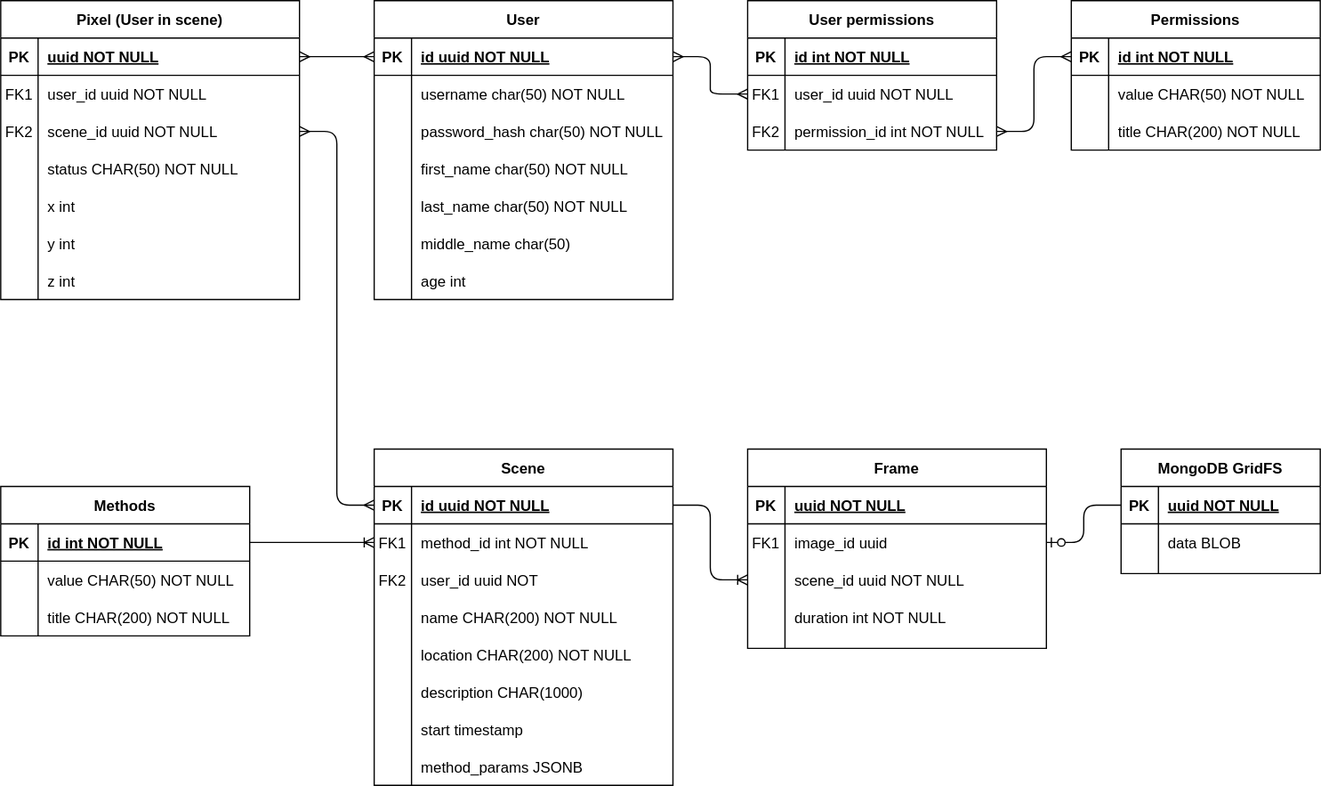
Earlier version of the draw.io export hw_1/entities.svg (astret-soft/otus-db). Source tidied: cells renumbered, new cells last; positions are measured from the earlier drawing's top-left corner, leaving out a move shared by most shapes.
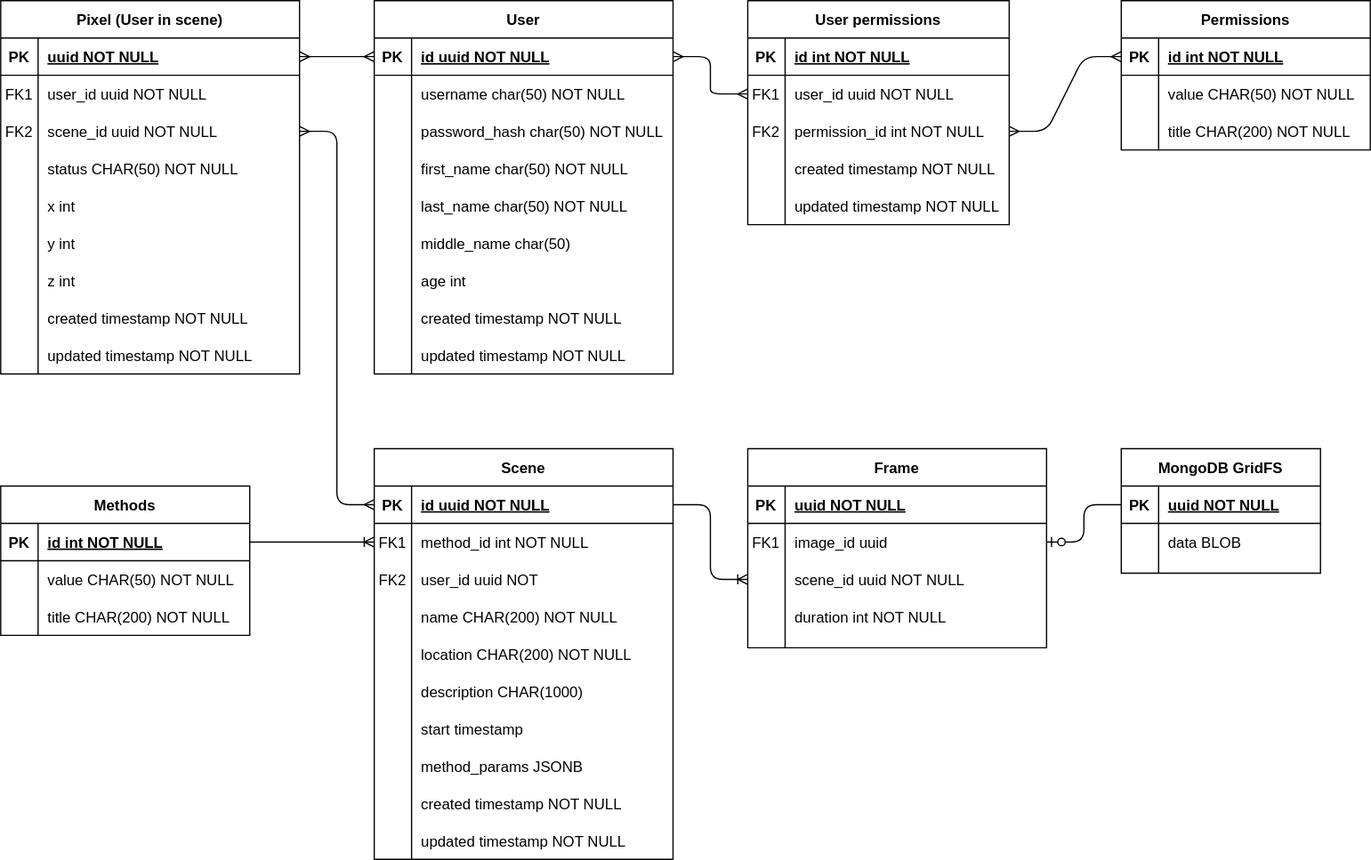
Later version of the same file.

Commit message:
По ПР добавил историю к моделям

Change to the diagram source:
```diff
@@ -3,7 +3,7 @@
     <mxCell id="0" />
     <mxCell id="1" parent="0" />
     <mxCell id="2" value="Permissions" style="shape=table;startSize=30;rowLines=0;fontStyle=1;align=center;" parent="1" vertex="1">
-      <mxGeometry x="860" width="200" height="120" as="geometry" />
+      <mxGeometry x="900" width="200" height="120" as="geometry" />
     </mxCell>
     <mxCell id="3" style="shape=partialRectangle;fillColor=none;points=[[0,0.5],[1,0.5]];portConstraint=eastwest;top=0;left=0;right=0;bottom=1;" parent="2" vertex="1">
       <mxGeometry y="30" width="200" height="30" as="geometry" />
@@ -63,7 +63,7 @@
       <mxGeometry x="30" width="170" height="30" as="geometry" />
     </mxCell>
     <mxCell id="22" value="User" style="shape=table;startSize=30;rowLines=0;fontStyle=1;align=center;" parent="1" vertex="1">
-      <mxGeometry x="300" width="240" height="240" as="geometry" />
+      <mxGeometry x="300" width="240" height="300" as="geometry" />
     </mxCell>
     <mxCell id="23" style="shape=partialRectangle;fillColor=none;points=[[0,0.5],[1,0.5]];portConstraint=eastwest;top=0;left=0;right=0;bottom=1;" parent="22" vertex="1">
       <mxGeometry y="30" width="240" height="30" as="geometry" />
@@ -128,38 +128,74 @@
     <mxCell id="43" value="age int" style="shape=partialRectangle;overflow=hidden;fillColor=none;top=0;left=0;bottom=0;right=0;align=left;spacingLeft=6;" parent="41" vertex="1">
       <mxGeometry x="30" width="210" height="30" as="geometry" />
     </mxCell>
+    <mxCell id="128" style="shape=partialRectangle;fillColor=none;top=0;left=0;right=0;bottom=0;" parent="22" vertex="1">
+      <mxGeometry y="240" width="240" height="30" as="geometry" />
+    </mxCell>
+    <mxCell id="129" style="shape=partialRectangle;overflow=hidden;fillColor=none;top=0;left=0;bottom=0;right=0;" parent="128" vertex="1">
+      <mxGeometry width="30" height="30" as="geometry" />
+    </mxCell>
+    <mxCell id="130" value="created timestamp NOT NULL" style="shape=partialRectangle;overflow=hidden;fillColor=none;top=0;left=0;bottom=0;right=0;align=left;spacingLeft=6;" parent="128" vertex="1">
+      <mxGeometry x="30" width="210" height="30" as="geometry" />
+    </mxCell>
+    <mxCell id="131" style="shape=partialRectangle;fillColor=none;top=0;left=0;right=0;bottom=0;" parent="22" vertex="1">
+      <mxGeometry y="270" width="240" height="30" as="geometry" />
+    </mxCell>
+    <mxCell id="132" style="shape=partialRectangle;overflow=hidden;fillColor=none;top=0;left=0;bottom=0;right=0;" parent="131" vertex="1">
+      <mxGeometry width="30" height="30" as="geometry" />
+    </mxCell>
+    <mxCell id="133" value="updated timestamp NOT NULL" style="shape=partialRectangle;overflow=hidden;fillColor=none;top=0;left=0;bottom=0;right=0;align=left;spacingLeft=6;" parent="131" vertex="1">
+      <mxGeometry x="30" width="210" height="30" as="geometry" />
+    </mxCell>
     <mxCell id="44" value="User permissions" style="shape=table;startSize=30;rowLines=0;fontStyle=1;align=center;" parent="1" vertex="1">
-      <mxGeometry x="600" width="200" height="120" as="geometry" />
+      <mxGeometry x="600" width="210" height="180" as="geometry" />
     </mxCell>
     <mxCell id="45" style="shape=partialRectangle;fillColor=none;top=0;left=0;bottom=1;right=0;" parent="44" vertex="1">
-      <mxGeometry y="30" width="200" height="30" as="geometry" />
+      <mxGeometry y="30" width="210" height="30" as="geometry" />
     </mxCell>
     <mxCell id="46" value="PK" style="shape=partialRectangle;fillColor=none;top=0;left=0;bottom=0;right=0;fontStyle=1;overflow=hidden;" parent="45" vertex="1">
       <mxGeometry width="30" height="30" as="geometry" />
     </mxCell>
     <mxCell id="47" value="id int NOT NULL" style="shape=partialRectangle;fillColor=none;top=0;left=0;bottom=0;right=0;align=left;spacingLeft=6;fontStyle=5;overflow=hidden;" parent="45" vertex="1">
-      <mxGeometry x="30" width="170" height="30" as="geometry" />
+      <mxGeometry x="30" width="180" height="30" as="geometry" />
     </mxCell>
     <mxCell id="48" style="shape=partialRectangle;fillColor=none;top=0;left=0;bottom=0;right=0;points=[[0,0.5],[1,0.5]];portConstraint=eastwest;" parent="44" vertex="1">
-      <mxGeometry y="60" width="200" height="30" as="geometry" />
+      <mxGeometry y="60" width="210" height="30" as="geometry" />
     </mxCell>
     <mxCell id="49" value="FK1" style="shape=partialRectangle;fillColor=none;top=0;left=0;bottom=0;right=0;overflow=hidden;" parent="48" vertex="1">
       <mxGeometry width="30" height="30" as="geometry" />
     </mxCell>
     <mxCell id="50" value="user_id uuid NOT NULL" style="shape=partialRectangle;fillColor=none;top=0;left=0;bottom=0;right=0;align=left;spacingLeft=6;overflow=hidden;" parent="48" vertex="1">
-      <mxGeometry x="30" width="170" height="30" as="geometry" />
+      <mxGeometry x="30" width="180" height="30" as="geometry" />
     </mxCell>
     <mxCell id="51" style="shape=partialRectangle;fillColor=none;top=0;left=0;bottom=0;right=0;points=[[0,0.5],[1,0.5]];portConstraint=eastwest;" parent="44" vertex="1">
-      <mxGeometry y="90" width="200" height="30" as="geometry" />
+      <mxGeometry y="90" width="210" height="30" as="geometry" />
     </mxCell>
     <mxCell id="52" value="FK2" style="shape=partialRectangle;fillColor=none;top=0;left=0;bottom=0;right=0;overflow=hidden;" parent="51" vertex="1">
       <mxGeometry width="30" height="30" as="geometry" />
     </mxCell>
     <mxCell id="53" value="permission_id int NOT NULL" style="shape=partialRectangle;fillColor=none;top=0;left=0;bottom=0;right=0;align=left;spacingLeft=6;overflow=hidden;" parent="51" vertex="1">
-      <mxGeometry x="30" width="170" height="30" as="geometry" />
+      <mxGeometry x="30" width="180" height="30" as="geometry" />
     </mxCell>
+    <mxCell id="134" style="shape=partialRectangle;fillColor=none;top=0;left=0;bottom=0;right=0;" parent="44" vertex="1">
+      <mxGeometry y="120" width="210" height="30" as="geometry" />
+    </mxCell>
+    <mxCell id="135" style="shape=partialRectangle;fillColor=none;top=0;left=0;bottom=0;right=0;overflow=hidden;" parent="134" vertex="1">
+      <mxGeometry width="30" height="30" as="geometry" />
+    </mxCell>
+    <mxCell id="136" value="created timestamp NOT NULL" style="shape=partialRectangle;fillColor=none;top=0;left=0;bottom=0;right=0;align=left;spacingLeft=6;overflow=hidden;" parent="134" vertex="1">
+      <mxGeometry x="30" width="180" height="30" as="geometry" />
+    </mxCell>
+    <mxCell id="137" style="shape=partialRectangle;fillColor=none;top=0;left=0;bottom=0;right=0;" parent="44" vertex="1">
+      <mxGeometry y="150" width="210" height="30" as="geometry" />
+    </mxCell>
+    <mxCell id="138" style="shape=partialRectangle;fillColor=none;top=0;left=0;bottom=0;right=0;overflow=hidden;" parent="137" vertex="1">
+      <mxGeometry width="30" height="30" as="geometry" />
+    </mxCell>
+    <mxCell id="139" value="updated timestamp NOT NULL" style="shape=partialRectangle;fillColor=none;top=0;left=0;bottom=0;right=0;align=left;spacingLeft=6;overflow=hidden;" parent="137" vertex="1">
+      <mxGeometry x="30" width="180" height="30" as="geometry" />
+    </mxCell>
     <mxCell id="54" value="Scene" style="shape=table;startSize=30;rowLines=0;fontStyle=1;align=center;" parent="1" vertex="1">
-      <mxGeometry x="300" y="360" width="240" height="270" as="geometry" />
+      <mxGeometry x="300" y="360" width="240" height="330" as="geometry" />
     </mxCell>
     <mxCell id="55" style="shape=partialRectangle;fillColor=none;points=[[0,0.5],[1,0.5]];portConstraint=eastwest;top=0;left=0;right=0;bottom=1;" parent="54" vertex="1">
       <mxGeometry y="30" width="240" height="30" as="geometry" />
@@ -233,6 +269,24 @@
     <mxCell id="78" value="method_params JSONB" style="shape=partialRectangle;overflow=hidden;fillColor=none;top=0;left=0;bottom=0;right=0;align=left;spacingLeft=6;" parent="76" vertex="1">
       <mxGeometry x="30" width="210" height="30" as="geometry" />
     </mxCell>
+    <mxCell id="140" style="shape=partialRectangle;fillColor=none;top=0;left=0;right=0;bottom=0;" parent="54" vertex="1">
+      <mxGeometry y="270" width="240" height="30" as="geometry" />
+    </mxCell>
+    <mxCell id="141" style="shape=partialRectangle;overflow=hidden;fillColor=none;top=0;left=0;bottom=0;right=0;" parent="140" vertex="1">
+      <mxGeometry width="30" height="30" as="geometry" />
+    </mxCell>
+    <mxCell id="142" value="created timestamp NOT NULL" style="shape=partialRectangle;overflow=hidden;fillColor=none;top=0;left=0;bottom=0;right=0;align=left;spacingLeft=6;" parent="140" vertex="1">
+      <mxGeometry x="30" width="210" height="30" as="geometry" />
+    </mxCell>
+    <mxCell id="143" style="shape=partialRectangle;fillColor=none;top=0;left=0;right=0;bottom=0;" parent="54" vertex="1">
+      <mxGeometry y="300" width="240" height="30" as="geometry" />
+    </mxCell>
+    <mxCell id="144" style="shape=partialRectangle;overflow=hidden;fillColor=none;top=0;left=0;bottom=0;right=0;" parent="143" vertex="1">
+      <mxGeometry width="30" height="30" as="geometry" />
+    </mxCell>
+    <mxCell id="145" value="updated timestamp NOT NULL" style="shape=partialRectangle;overflow=hidden;fillColor=none;top=0;left=0;bottom=0;right=0;align=left;spacingLeft=6;" parent="143" vertex="1">
+      <mxGeometry x="30" width="210" height="30" as="geometry" />
+    </mxCell>
     <mxCell id="79" value="Frame" style="shape=table;startSize=30;rowLines=0;fontStyle=1;align=center;" parent="1" vertex="1">
       <mxGeometry x="600" y="360" width="240" height="160" as="geometry" />
     </mxCell>
@@ -285,7 +339,7 @@
       <mxGeometry relative="1" as="geometry" />
     </mxCell>
     <mxCell id="96" value="Pixel (User in scene)" style="shape=table;startSize=30;rowLines=0;fontStyle=1;align=center;" parent="1" vertex="1">
-      <mxGeometry width="240" height="240" as="geometry" />
+      <mxGeometry width="240" height="300" as="geometry" />
     </mxCell>
     <mxCell id="97" style="shape=partialRectangle;fillColor=none;points=[[0,0.5],[1,0.5]];portConstraint=eastwest;top=0;left=0;right=0;bottom=1;" parent="96" vertex="1">
       <mxGeometry y="30" width="240" height="30" as="geometry" />
@@ -350,6 +404,24 @@
     <mxCell id="117" value="z int" style="shape=partialRectangle;overflow=hidden;fillColor=none;top=0;left=0;bottom=0;right=0;align=left;spacingLeft=6;" parent="115" vertex="1">
       <mxGeometry x="30" width="210" height="30" as="geometry" />
     </mxCell>
+    <mxCell id="146" style="shape=partialRectangle;fillColor=none;top=0;left=0;right=0;bottom=0;" parent="96" vertex="1">
+      <mxGeometry y="240" width="240" height="30" as="geometry" />
+    </mxCell>
+    <mxCell id="147" style="shape=partialRectangle;overflow=hidden;fillColor=none;top=0;left=0;bottom=0;right=0;" parent="146" vertex="1">
+      <mxGeometry width="30" height="30" as="geometry" />
+    </mxCell>
+    <mxCell id="148" value="created timestamp NOT NULL" style="shape=partialRectangle;overflow=hidden;fillColor=none;top=0;left=0;bottom=0;right=0;align=left;spacingLeft=6;" parent="146" vertex="1">
+      <mxGeometry x="30" width="210" height="30" as="geometry" />
+    </mxCell>
+    <mxCell id="149" style="shape=partialRectangle;fillColor=none;top=0;left=0;right=0;bottom=0;" parent="96" vertex="1">
+      <mxGeometry y="270" width="240" height="30" as="geometry" />
+    </mxCell>
+    <mxCell id="150" style="shape=partialRectangle;overflow=hidden;fillColor=none;top=0;left=0;bottom=0;right=0;" parent="149" vertex="1">
+      <mxGeometry width="30" height="30" as="geometry" />
+    </mxCell>
+    <mxCell id="151" value="updated timestamp NOT NULL" style="shape=partialRectangle;overflow=hidden;fillColor=none;top=0;left=0;bottom=0;right=0;align=left;spacingLeft=6;" parent="149" vertex="1">
+      <mxGeometry x="30" width="210" height="30" as="geometry" />
+    </mxCell>
     <mxCell id="118" style="edgeStyle=entityRelationEdgeStyle;fontSize=12;html=1;endArrow=ERmany;startArrow=ERmany;entryX=1;entryY=0.5;entryDx=0;entryDy=0;exitX=0;exitY=0.5;exitDx=0;exitDy=0;" parent="1" edge="1" source="55" target="103">
       <mxGeometry relative="1" as="geometry" />
     </mxCell>
```
